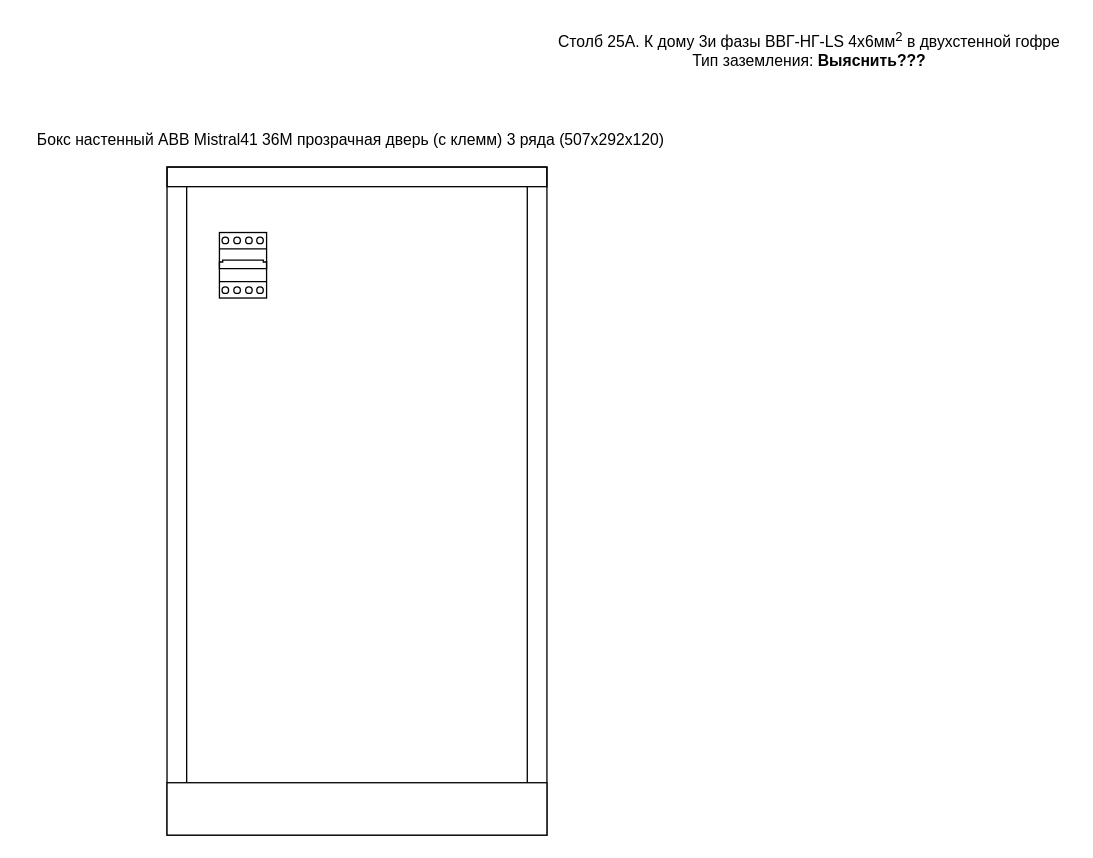
zcho/zcho.github.io keeps this draw.io diagram as minidom_il.drawio. Above is the earlier version. Source tidied: cells renumbered, new cells numbered last; positions are measured from the earlier drawing's top-left corner, leaving out a move shared by most shapes. Both pictures are drawn from the tidied source at 131%, with x=0, y=0 at pixel (22, 22).
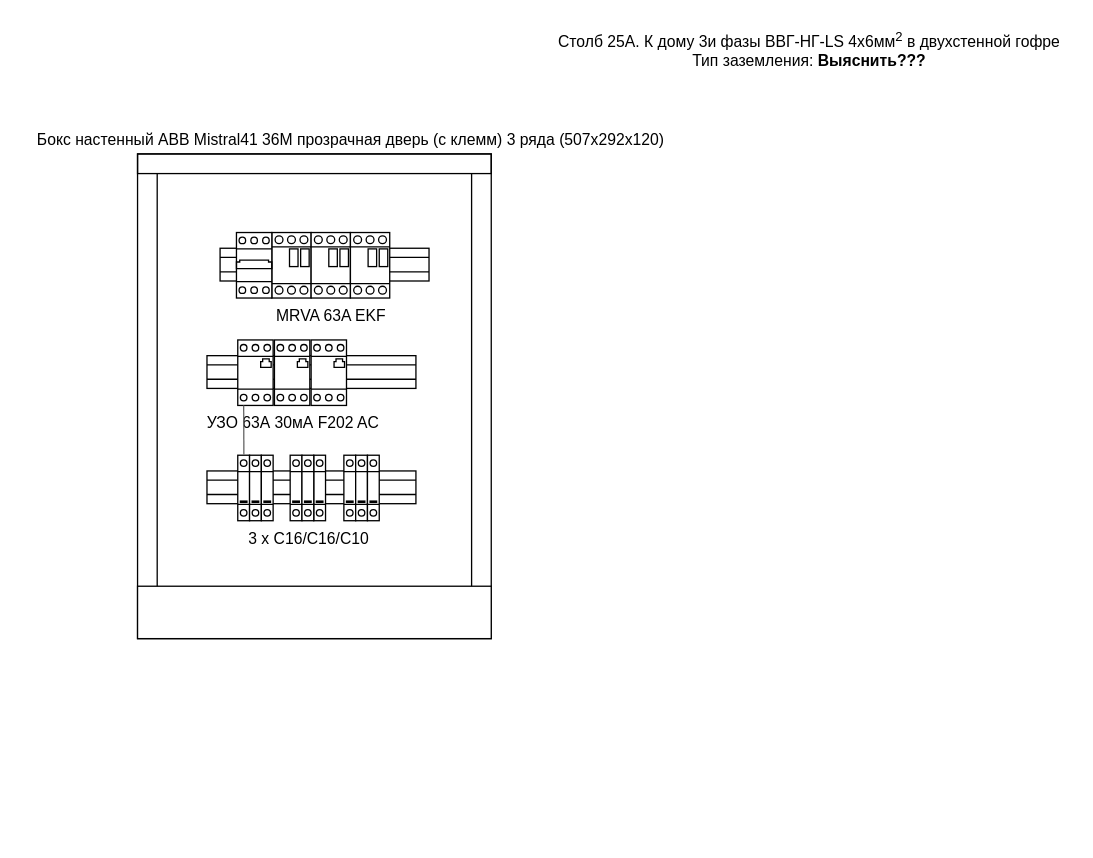
The same page after the edit.

What changed in the source:
```diff
@@
     <mxCell id="2" style="verticalLabelPosition=bottom;dashed=0;shadow=0;html=1;align=center;verticalAlign=top;shape=mxgraph.cabinets.cabinet;hasStand=1;" parent="1" vertex="1">
-      <mxGeometry x="110" y="110" width="290" height="510" as="geometry" />
+      <mxGeometry x="87.5" y="100" width="270" height="370" as="geometry" />
     </mxCell>
@@
-    <mxCell id="4" style="verticalLabelPosition=bottom;dashed=0;shadow=0;html=1;align=center;verticalAlign=top;shape=mxgraph.cabinets.cb_4p;" parent="1" vertex="1">
-      <mxGeometry x="150" y="160" width="36" height="50" as="geometry" />
-    </mxCell>
+    <mxCell id="6" style="verticalLabelPosition=bottom;dashed=0;shadow=0;html=1;align=center;verticalAlign=top;shape=mxgraph.cabinets.din_rail;fontSize=3;" parent="1" vertex="1">
+      <mxGeometry x="150.5" y="172" width="159.5" height="25" as="geometry" />
+    </mxCell>
@@
+    <mxCell id="7" style="verticalLabelPosition=bottom;dashed=0;shadow=0;html=1;align=center;verticalAlign=top;shape=mxgraph.cabinets.motor_starter_32_125a;" parent="1" vertex="1">
+      <mxGeometry x="190" y="160" width="30" height="50" as="geometry" />
+    </mxCell>
+    <mxCell id="8" value="MRVA 63A EKF" style="verticalLabelPosition=bottom;dashed=0;shadow=0;html=1;align=center;verticalAlign=top;shape=mxgraph.cabinets.motor_starter_32_125a;" parent="1" vertex="1">
+      <mxGeometry x="220" y="160" width="30" height="50" as="geometry" />
+    </mxCell>
+    <mxCell id="9" style="verticalLabelPosition=bottom;dashed=0;shadow=0;html=1;align=center;verticalAlign=top;shape=mxgraph.cabinets.motor_starter_32_125a;" parent="1" vertex="1">
+      <mxGeometry x="250" y="160" width="30" height="50" as="geometry" />
+    </mxCell>
+    <mxCell id="10" style="verticalLabelPosition=bottom;dashed=0;shadow=0;html=1;align=center;verticalAlign=top;shape=mxgraph.cabinets.din_rail;fontSize=3;" parent="1" vertex="1">
+      <mxGeometry x="140.5" y="342" width="159.5" height="25" as="geometry" />
+    </mxCell>
+    <mxCell id="11" style="verticalLabelPosition=bottom;dashed=0;shadow=0;html=1;align=center;verticalAlign=top;shape=mxgraph.cabinets.surge_protection_1p;" parent="1" vertex="1">
+      <mxGeometry x="164" y="330" width="9" height="50" as="geometry" />
+    </mxCell>
+    <mxCell id="12" style="verticalLabelPosition=bottom;dashed=0;shadow=0;html=1;align=center;verticalAlign=top;shape=mxgraph.cabinets.surge_protection_1p;" parent="1" vertex="1">
+      <mxGeometry x="173" y="330" width="9" height="50" as="geometry" />
+    </mxCell>
+    <mxCell id="13" style="verticalLabelPosition=bottom;dashed=0;shadow=0;html=1;align=center;verticalAlign=top;shape=mxgraph.cabinets.surge_protection_1p;" parent="1" vertex="1">
+      <mxGeometry x="182" y="330" width="9" height="50" as="geometry" />
+    </mxCell>
+    <mxCell id="14" style="verticalLabelPosition=bottom;dashed=0;shadow=0;html=1;align=center;verticalAlign=top;shape=mxgraph.cabinets.din_rail;fontSize=3;" parent="1" vertex="1">
+      <mxGeometry x="140.5" y="254" width="159.5" height="25" as="geometry" />
+    </mxCell>
+    <mxCell id="15" style="verticalLabelPosition=bottom;dashed=0;shadow=0;html=1;align=center;verticalAlign=top;shape=mxgraph.cabinets.motor_protection_cb;" parent="1" vertex="1">
+      <mxGeometry x="164" y="242" width="27" height="50" as="geometry" />
+    </mxCell>
+    <mxCell id="16" value="УЗО 63А 30мА F202 AC" style="verticalLabelPosition=bottom;dashed=0;shadow=0;html=1;align=center;verticalAlign=top;shape=mxgraph.cabinets.motor_protection_cb;" parent="1" vertex="1">
+      <mxGeometry x="192" y="242" width="27" height="50" as="geometry" />
+    </mxCell>
+    <mxCell id="17" style="verticalLabelPosition=bottom;dashed=0;shadow=0;html=1;align=center;verticalAlign=top;shape=mxgraph.cabinets.motor_protection_cb;" parent="1" vertex="1">
+      <mxGeometry x="220" y="242" width="27" height="50" as="geometry" />
+    </mxCell>
+    <mxCell id="18" style="verticalLabelPosition=bottom;dashed=0;shadow=0;html=1;align=center;verticalAlign=top;shape=mxgraph.cabinets.cb_3p;" parent="1" vertex="1">
+      <mxGeometry x="163" y="160" width="27" height="50" as="geometry" />
+    </mxCell>
+    <mxCell id="19" style="verticalLabelPosition=bottom;dashed=0;shadow=0;html=1;align=center;verticalAlign=top;shape=mxgraph.cabinets.surge_protection_1p;" parent="1" vertex="1">
+      <mxGeometry x="204" y="330" width="9" height="50" as="geometry" />
+    </mxCell>
+    <mxCell id="20" style="verticalLabelPosition=bottom;dashed=0;shadow=0;html=1;align=center;verticalAlign=top;shape=mxgraph.cabinets.surge_protection_1p;" parent="1" vertex="1">
+      <mxGeometry x="222" y="330" width="9" height="50" as="geometry" />
+    </mxCell>
+    <mxCell id="21" value="3 x C16/C16/C10" style="verticalLabelPosition=bottom;dashed=0;shadow=0;html=1;align=center;verticalAlign=top;shape=mxgraph.cabinets.surge_protection_1p;" parent="1" vertex="1">
+      <mxGeometry x="213" y="330" width="9" height="50" as="geometry" />
+    </mxCell>
+    <mxCell id="22" style="verticalLabelPosition=bottom;dashed=0;shadow=0;html=1;align=center;verticalAlign=top;shape=mxgraph.cabinets.surge_protection_1p;" parent="1" vertex="1">
+      <mxGeometry x="245" y="330" width="9" height="50" as="geometry" />
+    </mxCell>
+    <mxCell id="23" style="verticalLabelPosition=bottom;dashed=0;shadow=0;html=1;align=center;verticalAlign=top;shape=mxgraph.cabinets.surge_protection_1p;" parent="1" vertex="1">
+      <mxGeometry x="254" y="330" width="9" height="50" as="geometry" />
+    </mxCell>
+    <mxCell id="24" style="verticalLabelPosition=bottom;dashed=0;shadow=0;html=1;align=center;verticalAlign=top;shape=mxgraph.cabinets.surge_protection_1p;" parent="1" vertex="1">
+      <mxGeometry x="263" y="330" width="9" height="50" as="geometry" />
+    </mxCell>
+    <mxCell id="25" style="endArrow=none;html=1;fontSize=3;labelBorderColor=none;fillColor=#f5f5f5;strokeColor=#666666;exitX=0.519;exitY=-0.007;exitDx=0;exitDy=0;exitPerimeter=0;" parent="1" edge="1" source="11">
+      <mxGeometry relative="1" as="geometry">
+        <mxPoint x="168.5" y="292" as="targetPoint" />
+      </mxGeometry>
+    </mxCell>
```
